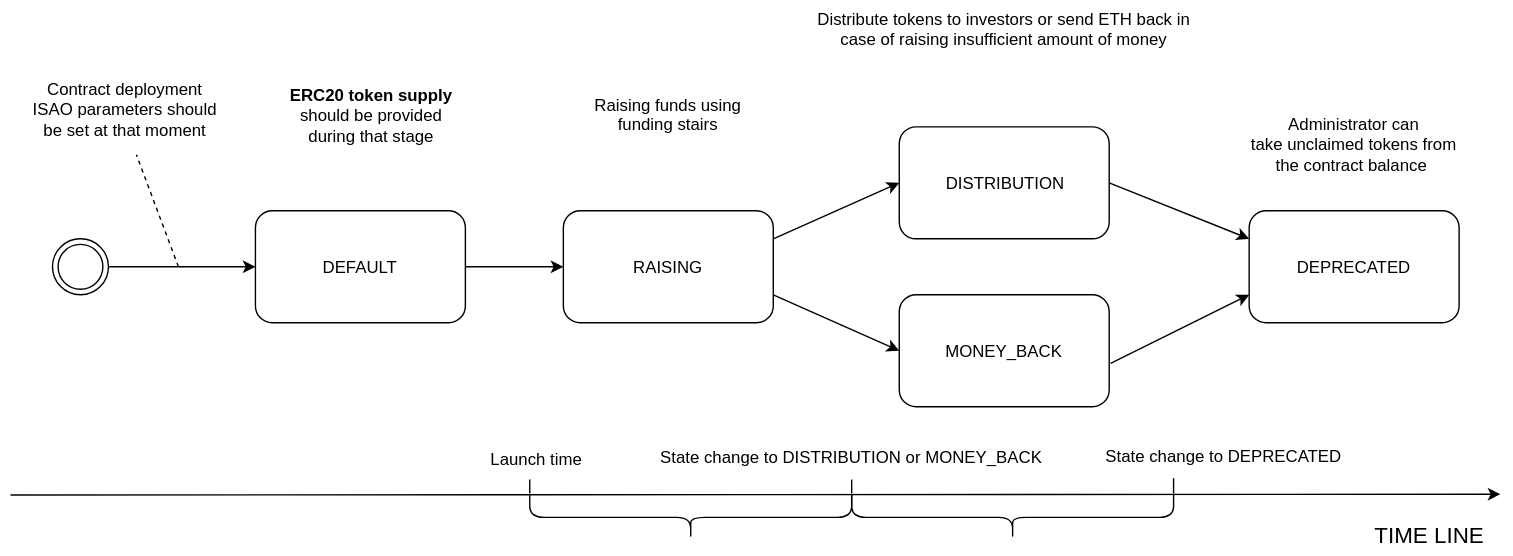
Above: state-sequence-diagram-v2.svg in artall64/tmp-isao-images (draw.io), before the change. Source tidied: cells renumbered, new cells last; positions are measured from the earlier drawing's top-left corner, leaving out a move shared by most shapes. The source it was exported from:
```xml
<mxGraphModel background="#ffffff">
  <root>
    <mxCell id="0" />
    <mxCell id="1" parent="0" />
    <mxCell id="2" style="ellipse;shape=doubleEllipse;whiteSpace=wrap;html=1;" parent="1" vertex="1">
      <mxGeometry x="30" y="170" width="40" height="40" as="geometry" />
    </mxCell>
    <mxCell id="3" value="DEFAULT" style="rounded=1;whiteSpace=wrap;html=1;" parent="1" vertex="1">
      <mxGeometry x="175" y="150" width="150" height="80" as="geometry" />
    </mxCell>
    <mxCell id="4" value="RAISING&lt;br&gt;" style="rounded=1;whiteSpace=wrap;html=1;" parent="1" vertex="1">
      <mxGeometry x="395" y="150" width="150" height="80" as="geometry" />
    </mxCell>
    <mxCell id="5" value="DISTRIBUTION&lt;br&gt;" style="rounded=1;whiteSpace=wrap;html=1;" parent="1" vertex="1">
      <mxGeometry x="635" y="90" width="150" height="80" as="geometry" />
    </mxCell>
    <mxCell id="6" value="MONEY_BACK&lt;br&gt;" style="rounded=1;whiteSpace=wrap;html=1;" parent="1" vertex="1">
      <mxGeometry x="635" y="210" width="150" height="80" as="geometry" />
    </mxCell>
    <mxCell id="7" value="&lt;div&gt;DEPRECATED&lt;/div&gt;" style="rounded=1;whiteSpace=wrap;html=1;" parent="1" vertex="1">
      <mxGeometry x="885" y="150" width="150" height="80" as="geometry" />
    </mxCell>
    <mxCell id="8" style="endArrow=classic;html=1;" parent="1" edge="1">
      <mxGeometry relative="1" as="geometry">
        <mxPoint y="353" as="sourcePoint" />
        <mxPoint x="1064.5" y="352.5" as="targetPoint" />
      </mxGeometry>
    </mxCell>
    <mxCell id="9" style="endArrow=classic;html=1;exitX=1;exitY=0.5;entryX=0;entryY=0.5;" parent="1" edge="1" source="2" target="3">
      <mxGeometry relative="1" as="geometry" />
    </mxCell>
    <mxCell id="10" style="endArrow=classic;html=1;exitX=1;exitY=0.5;entryX=0;entryY=0.5;" parent="1" edge="1" source="3" target="4">
      <mxGeometry relative="1" as="geometry" />
    </mxCell>
    <mxCell id="11" style="endArrow=classic;html=1;entryX=0;entryY=0.5;exitX=1;exitY=0.25;" parent="1" edge="1" source="4" target="5">
      <mxGeometry relative="1" as="geometry" />
    </mxCell>
    <mxCell id="12" style="endArrow=classic;html=1;exitX=1;exitY=0.75;entryX=0;entryY=0.5;" parent="1" edge="1" source="4" target="6">
      <mxGeometry relative="1" as="geometry" />
    </mxCell>
    <mxCell id="13" style="endArrow=classic;html=1;exitX=1;exitY=0.5;entryX=0;entryY=0.25;" parent="1" edge="1" source="5" target="7">
      <mxGeometry relative="1" as="geometry" />
    </mxCell>
    <mxCell id="14" style="endArrow=classic;html=1;exitX=1.007;exitY=0.613;exitPerimeter=0;entryX=0;entryY=0.75;" parent="1" edge="1" source="6" target="7">
      <mxGeometry relative="1" as="geometry" />
    </mxCell>
    <mxCell id="15" value="TIME LINE" style="text;html=1;strokeColor=none;fillColor=none;align=center;verticalAlign=middle;whiteSpace=wrap;rounded=0;fontSize=16;" parent="1" vertex="1">
      <mxGeometry x="963" y="366" width="100" height="30" as="geometry" />
    </mxCell>
    <mxCell id="16" style="shape=curlyBracket;whiteSpace=wrap;html=1;rounded=1;fontSize=10;rotation=-90;" parent="1" vertex="1">
      <mxGeometry x="470" y="254" width="32" height="230" as="geometry" />
    </mxCell>
    <mxCell id="17" style="shape=curlyBracket;whiteSpace=wrap;html=1;rounded=1;fontSize=10;rotation=-90;" parent="1" vertex="1">
      <mxGeometry x="700" y="254" width="32" height="230" as="geometry" />
    </mxCell>
    <mxCell id="18" style="endArrow=none;dashed=1;html=1;fontSize=10;" parent="1" edge="1">
      <mxGeometry relative="1" as="geometry">
        <mxPoint x="120" y="190" as="sourcePoint" />
        <mxPoint x="90" y="110" as="targetPoint" />
      </mxGeometry>
    </mxCell>
    <mxCell id="19" value="Contract deployment&lt;br style=&quot;font-size: 12px&quot;&gt;ISAO parameters should be set at that moment&lt;br style=&quot;font-size: 12px&quot;&gt;" style="text;html=1;strokeColor=none;fillColor=none;align=center;verticalAlign=middle;whiteSpace=wrap;rounded=0;fontSize=12;" parent="1" vertex="1">
      <mxGeometry x="11" y="52" width="142" height="50" as="geometry" />
    </mxCell>
    <mxCell id="20" value="&lt;b&gt;ERC20 token supply &lt;/b&gt;should be provided during that stage&lt;br style=&quot;font-size: 12px&quot;&gt;" style="text;html=1;strokeColor=none;fillColor=none;align=center;verticalAlign=middle;whiteSpace=wrap;rounded=0;fontSize=12;" parent="1" vertex="1">
      <mxGeometry x="198" y="60" width="120" height="42" as="geometry" />
    </mxCell>
    <mxCell id="21" style="edgeStyle=orthogonalEdgeStyle;rounded=0;html=1;exitX=0.5;exitY=1;entryX=0.5;entryY=1;jettySize=auto;orthogonalLoop=1;fontSize=12;" parent="1" edge="1" source="19" target="19">
      <mxGeometry relative="1" as="geometry" />
    </mxCell>
    <mxCell id="22" value="Raising funds using funding stairs&lt;br style=&quot;font-size: 12px&quot;&gt;" style="text;html=1;strokeColor=none;fillColor=none;align=center;verticalAlign=middle;whiteSpace=wrap;rounded=0;fontSize=12;" parent="1" vertex="1">
      <mxGeometry x="404" y="62" width="132" height="38" as="geometry" />
    </mxCell>
    <mxCell id="23" value="Distribute tokens to investors or send ETH back in case of raising insufficient amount of money&lt;br style=&quot;font-size: 12px&quot;&gt;" style="text;html=1;strokeColor=none;fillColor=none;align=center;verticalAlign=middle;whiteSpace=wrap;rounded=0;fontSize=12;" parent="1" vertex="1">
      <mxGeometry x="570" width="280" height="40" as="geometry" />
    </mxCell>
    <mxCell id="24" style="endArrow=none;html=1;fontSize=12;" parent="1" edge="1">
      <mxGeometry relative="1" as="geometry">
        <mxPoint x="371" y="342" as="sourcePoint" />
        <mxPoint x="371" y="352" as="targetPoint" />
      </mxGeometry>
    </mxCell>
    <mxCell id="25" style="endArrow=none;html=1;fontSize=12;" parent="1" edge="1">
      <mxGeometry relative="1" as="geometry">
        <mxPoint x="601" y="342" as="sourcePoint" />
        <mxPoint x="601" y="352" as="targetPoint" />
      </mxGeometry>
    </mxCell>
    <mxCell id="26" style="endArrow=none;html=1;fontSize=12;" parent="1" edge="1">
      <mxGeometry relative="1" as="geometry">
        <mxPoint x="831" y="341" as="sourcePoint" />
        <mxPoint x="831" y="352" as="targetPoint" />
      </mxGeometry>
    </mxCell>
    <mxCell id="27" value="Launch time&lt;br style=&quot;font-size: 12px&quot;&gt;" style="text;html=1;strokeColor=none;fillColor=none;align=center;verticalAlign=middle;whiteSpace=wrap;rounded=0;fontSize=12;" parent="1" vertex="1">
      <mxGeometry x="310" y="308" width="132" height="38" as="geometry" />
    </mxCell>
    <mxCell id="28" value="State change to DISTRIBUTION or MONEY_BACK&lt;br style=&quot;font-size: 12px&quot;&gt;" style="text;html=1;strokeColor=none;fillColor=none;align=center;verticalAlign=middle;whiteSpace=wrap;rounded=0;fontSize=12;" parent="1" vertex="1">
      <mxGeometry x="450" y="307" width="300" height="38" as="geometry" />
    </mxCell>
    <mxCell id="29" value="State change to DEPRECATED&lt;br style=&quot;font-size: 12px&quot;&gt;" style="text;html=1;strokeColor=none;fillColor=none;align=center;verticalAlign=middle;whiteSpace=wrap;rounded=0;fontSize=12;" parent="1" vertex="1">
      <mxGeometry x="716" y="306" width="300" height="38" as="geometry" />
    </mxCell>
    <mxCell id="30" value="Administrator can&lt;br&gt;take unclaimed tokens from the contract balance&amp;nbsp;&lt;br style=&quot;font-size: 12px&quot;&gt;" style="text;html=1;strokeColor=none;fillColor=none;align=center;verticalAlign=middle;whiteSpace=wrap;rounded=0;fontSize=12;" parent="1" vertex="1">
      <mxGeometry x="877" y="83" width="166" height="38" as="geometry" />
    </mxCell>
  </root>
</mxGraphModel>
```
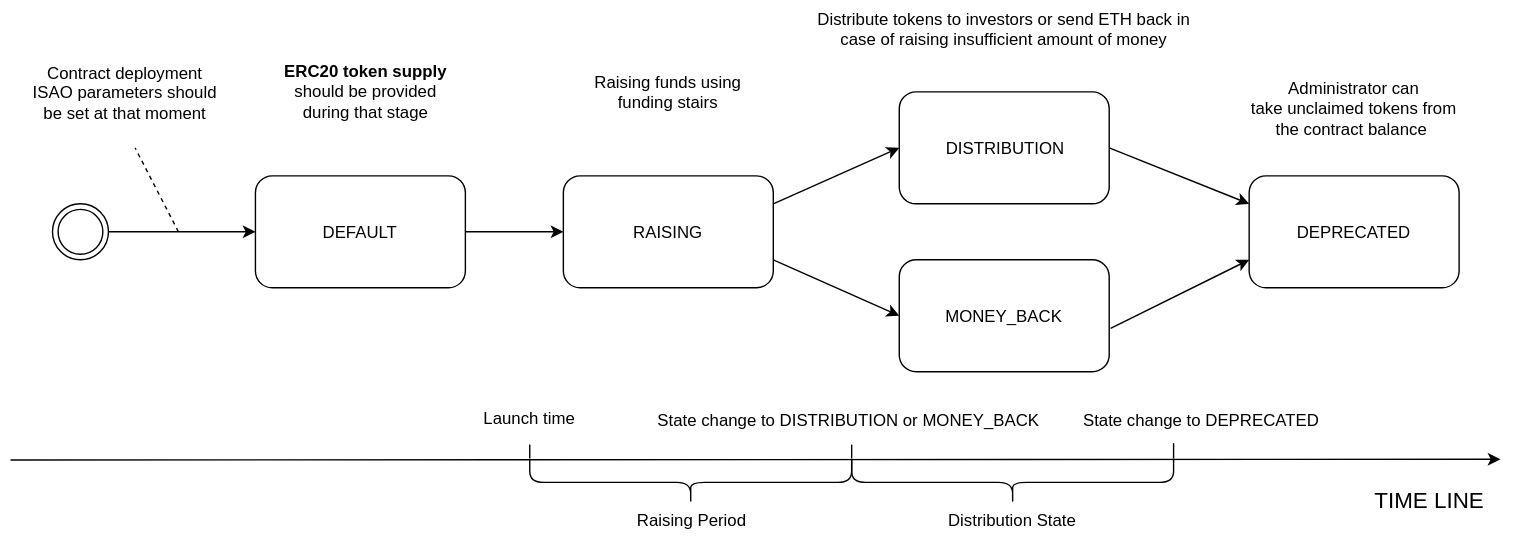
After the change.

Diff of the diagram source:
```diff
@@ -1,4 +1,4 @@
-<mxGraphModel background="#ffffff">
+<mxGraphModel>
   <root>
     <mxCell id="0" />
     <mxCell id="1" parent="0" />
@@ -56,23 +56,23 @@
     <mxCell id="18" style="endArrow=none;dashed=1;html=1;fontSize=10;" parent="1" edge="1">
       <mxGeometry relative="1" as="geometry">
         <mxPoint x="120" y="190" as="sourcePoint" />
-        <mxPoint x="90" y="110" as="targetPoint" />
+        <mxPoint x="89" y="130" as="targetPoint" />
       </mxGeometry>
     </mxCell>
     <mxCell id="19" value="Contract deployment&lt;br style=&quot;font-size: 12px&quot;&gt;ISAO parameters should be set at that moment&lt;br style=&quot;font-size: 12px&quot;&gt;" style="text;html=1;strokeColor=none;fillColor=none;align=center;verticalAlign=middle;whiteSpace=wrap;rounded=0;fontSize=12;" parent="1" vertex="1">
-      <mxGeometry x="11" y="52" width="142" height="50" as="geometry" />
+      <mxGeometry x="11" y="65" width="142" height="50" as="geometry" />
     </mxCell>
     <mxCell id="20" value="&lt;b&gt;ERC20 token supply &lt;/b&gt;should be provided during that stage&lt;br style=&quot;font-size: 12px&quot;&gt;" style="text;html=1;strokeColor=none;fillColor=none;align=center;verticalAlign=middle;whiteSpace=wrap;rounded=0;fontSize=12;" parent="1" vertex="1">
-      <mxGeometry x="198" y="60" width="120" height="42" as="geometry" />
+      <mxGeometry x="194" y="68" width="120" height="42" as="geometry" />
     </mxCell>
     <mxCell id="21" style="edgeStyle=orthogonalEdgeStyle;rounded=0;html=1;exitX=0.5;exitY=1;entryX=0.5;entryY=1;jettySize=auto;orthogonalLoop=1;fontSize=12;" parent="1" edge="1" source="19" target="19">
       <mxGeometry relative="1" as="geometry" />
     </mxCell>
     <mxCell id="22" value="Raising funds using funding stairs&lt;br style=&quot;font-size: 12px&quot;&gt;" style="text;html=1;strokeColor=none;fillColor=none;align=center;verticalAlign=middle;whiteSpace=wrap;rounded=0;fontSize=12;" parent="1" vertex="1">
-      <mxGeometry x="404" y="62" width="132" height="38" as="geometry" />
+      <mxGeometry x="404" y="71" width="132" height="38" as="geometry" />
     </mxCell>
     <mxCell id="23" value="Distribute tokens to investors or send ETH back in case of raising insufficient amount of money&lt;br style=&quot;font-size: 12px&quot;&gt;" style="text;html=1;strokeColor=none;fillColor=none;align=center;verticalAlign=middle;whiteSpace=wrap;rounded=0;fontSize=12;" parent="1" vertex="1">
-      <mxGeometry x="570" width="280" height="40" as="geometry" />
+      <mxGeometry x="570" y="25" width="280" height="40" as="geometry" />
     </mxCell>
     <mxCell id="24" style="endArrow=none;html=1;fontSize=12;" parent="1" edge="1">
       <mxGeometry relative="1" as="geometry">
@@ -93,16 +93,22 @@
       </mxGeometry>
     </mxCell>
     <mxCell id="27" value="Launch time&lt;br style=&quot;font-size: 12px&quot;&gt;" style="text;html=1;strokeColor=none;fillColor=none;align=center;verticalAlign=middle;whiteSpace=wrap;rounded=0;fontSize=12;" parent="1" vertex="1">
-      <mxGeometry x="310" y="308" width="132" height="38" as="geometry" />
+      <mxGeometry x="305" y="304" width="132" height="38" as="geometry" />
     </mxCell>
     <mxCell id="28" value="State change to DISTRIBUTION or MONEY_BACK&lt;br style=&quot;font-size: 12px&quot;&gt;" style="text;html=1;strokeColor=none;fillColor=none;align=center;verticalAlign=middle;whiteSpace=wrap;rounded=0;fontSize=12;" parent="1" vertex="1">
-      <mxGeometry x="450" y="307" width="300" height="38" as="geometry" />
+      <mxGeometry x="448" y="305" width="300" height="38" as="geometry" />
     </mxCell>
     <mxCell id="29" value="State change to DEPRECATED&lt;br style=&quot;font-size: 12px&quot;&gt;" style="text;html=1;strokeColor=none;fillColor=none;align=center;verticalAlign=middle;whiteSpace=wrap;rounded=0;fontSize=12;" parent="1" vertex="1">
-      <mxGeometry x="716" y="306" width="300" height="38" as="geometry" />
+      <mxGeometry x="751" y="305" width="198" height="38" as="geometry" />
     </mxCell>
     <mxCell id="30" value="Administrator can&lt;br&gt;take unclaimed tokens from the contract balance&amp;nbsp;&lt;br style=&quot;font-size: 12px&quot;&gt;" style="text;html=1;strokeColor=none;fillColor=none;align=center;verticalAlign=middle;whiteSpace=wrap;rounded=0;fontSize=12;" parent="1" vertex="1">
-      <mxGeometry x="877" y="83" width="166" height="38" as="geometry" />
+      <mxGeometry x="877" y="80" width="166" height="41" as="geometry" />
     </mxCell>
+    <mxCell id="31" value="Raising Period&lt;br style=&quot;font-size: 12px&quot;&gt;" style="text;html=1;strokeColor=none;fillColor=none;align=center;verticalAlign=middle;whiteSpace=wrap;rounded=0;fontSize=12;" parent="1" vertex="1">
+      <mxGeometry x="429" y="381" width="114" height="29" as="geometry" />
+    </mxCell>
+    <mxCell id="32" value="Distribution State&lt;br style=&quot;font-size: 12px&quot;&gt;" style="text;html=1;strokeColor=none;fillColor=none;align=center;verticalAlign=middle;whiteSpace=wrap;rounded=0;fontSize=12;" parent="1" vertex="1">
+      <mxGeometry x="659" y="376" width="114" height="40" as="geometry" />
+    </mxCell>
   </root>
 </mxGraphModel>
```
